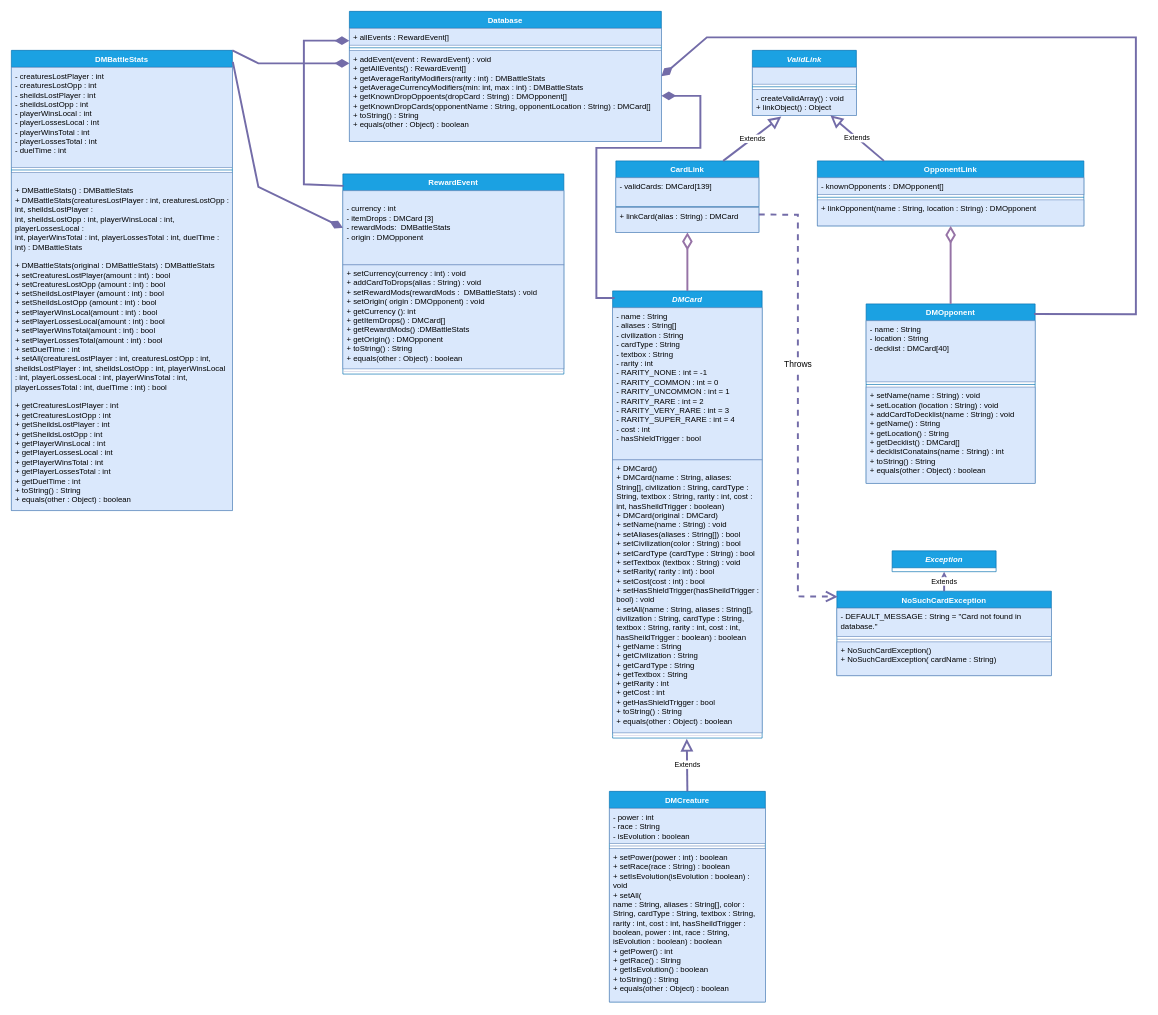
Before: UML.drawio in MiraCosta-Varga/cs112-ud1-oop-uml-schoolCorey, a draw.io diagram. Source tidied: cells renumbered, new cells numbered last; positions are measured from the earlier drawing's top-left corner, leaving out a move shared by most shapes. Both pictures are drawn from the tidied source at 65%, with x=0, y=0 at pixel (11, 11).
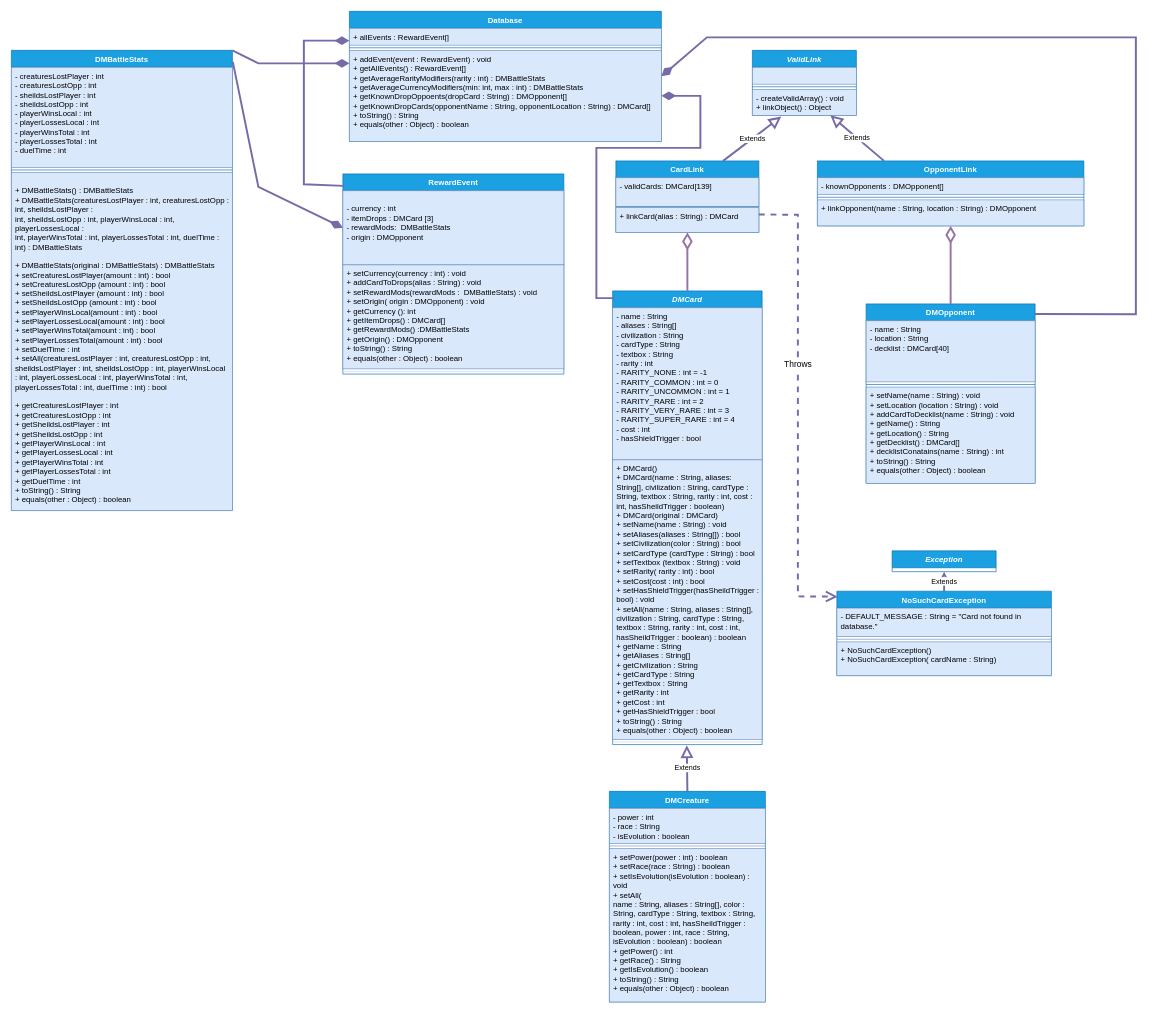
Above is the later version.

Commit message:
UML updated with a getAliases() method I forgot to include

What changed in the source:
```diff
@@
     <mxCell id="6" value="&lt;i&gt;DMCard&lt;/i&gt;" style="swimlane;fontStyle=1;align=center;verticalAlign=top;horizontal=1;startSize=26;whiteSpace=wrap;html=1;rounded=0;labelBackgroundColor=none;fillColor=#1ba1e2;strokeColor=#006EAF;fontColor=#ffffff;" parent="1" vertex="1">
-      <mxGeometry x="925" y="430" width="230" height="688" as="geometry" />
+      <mxGeometry x="925" y="430" width="230" height="698" as="geometry" />
     </mxCell>
@@
-    <mxCell id="8" value="&lt;div&gt;+ DMCard()&lt;/div&gt;&lt;div&gt;+ DMCard(name : String, aliases: String[], civilization : String, cardType : String, textbox : String, rarity : int, cost : int, hasSheildTrigger : boolean)&lt;/div&gt;&lt;div&gt;+ DMCard(original : DMCard)&lt;br&gt;&lt;/div&gt;&lt;div&gt;+ setName(name : String) : void&lt;br&gt;&lt;/div&gt;&lt;div&gt;+ setAliases(aliases : String[]) : bool&lt;/div&gt;&lt;div&gt;+ setCivilization(color : String) : bool&lt;br&gt;&lt;/div&gt;&lt;div&gt;+ setCardType (cardType : String) : bool&lt;br&gt;&lt;/div&gt;&lt;div&gt;+ setTextbox (textbox : String) : void&lt;br&gt;&lt;/div&gt;&lt;div&gt;+ setRarity( rarity : int) : bool&lt;br&gt;&lt;/div&gt;&lt;div&gt;+ setCost(cost : int) : bool&lt;br&gt;&lt;/div&gt;&lt;div&gt;+ setHasShieldTrigger(hasSheildTrigger : bool) : void&lt;/div&gt;&lt;div&gt;+ setAll(name : String, aliases : String[], civilization : String, cardType : String, textbox : String, rarity : int, cost : int, hasSheildTrigger : boolean) : boolean&lt;br&gt;&lt;/div&gt;&lt;div&gt;&lt;div&gt;+ getName : String&lt;/div&gt;&lt;div&gt;+ getCivilization : String&lt;br&gt;&lt;/div&gt;&lt;div&gt;+ getCardType : String&lt;/div&gt;&lt;div&gt;+ getTextbox : String&lt;br&gt;&lt;/div&gt;&lt;div&gt;+ getRarity : int&lt;/div&gt;&lt;div&gt;+ getCost : int&lt;/div&gt;&lt;div&gt;+ getHasShieldTrigger : bool&lt;br&gt;&lt;/div&gt;&lt;div&gt;+ toString() : String&lt;/div&gt;&lt;div&gt;+ equals(other : Object) : boolean&lt;br&gt;&lt;br&gt;&lt;/div&gt;&lt;br&gt;&lt;br&gt;&lt;/div&gt;" style="text;strokeColor=#6c8ebf;fillColor=#dae8fc;align=left;verticalAlign=top;spacingLeft=4;spacingRight=4;overflow=hidden;whiteSpace=wrap;html=1;rounded=0;labelBackgroundColor=none;" parent="6" vertex="1">
-      <mxGeometry y="260" width="230" height="420" as="geometry" />
+    <mxCell id="8" value="&lt;div&gt;+ DMCard()&lt;/div&gt;&lt;div&gt;+ DMCard(name : String, aliases: String[], civilization : String, cardType : String, textbox : String, rarity : int, cost : int, hasSheildTrigger : boolean)&lt;/div&gt;&lt;div&gt;+ DMCard(original : DMCard)&lt;br&gt;&lt;/div&gt;&lt;div&gt;+ setName(name : String) : void&lt;br&gt;&lt;/div&gt;&lt;div&gt;+ setAliases(aliases : String[]) : bool&lt;/div&gt;&lt;div&gt;+ setCivilization(color : String) : bool&lt;br&gt;&lt;/div&gt;&lt;div&gt;+ setCardType (cardType : String) : bool&lt;br&gt;&lt;/div&gt;&lt;div&gt;+ setTextbox (textbox : String) : void&lt;br&gt;&lt;/div&gt;&lt;div&gt;+ setRarity( rarity : int) : bool&lt;br&gt;&lt;/div&gt;&lt;div&gt;+ setCost(cost : int) : bool&lt;br&gt;&lt;/div&gt;&lt;div&gt;+ setHasShieldTrigger(hasSheildTrigger : bool) : void&lt;/div&gt;&lt;div&gt;+ setAll(name : String, aliases : String[], civilization : String, cardType : String, textbox : String, rarity : int, cost : int, hasSheildTrigger : boolean) : boolean&lt;br&gt;&lt;/div&gt;&lt;div&gt;&lt;div&gt;+ getName : String&lt;/div&gt;&lt;div&gt;+ getAliases : String[]&lt;/div&gt;&lt;div&gt;+ getCivilization : String&lt;br&gt;&lt;/div&gt;&lt;div&gt;+ getCardType : String&lt;/div&gt;&lt;div&gt;+ getTextbox : String&lt;br&gt;&lt;/div&gt;&lt;div&gt;+ getRarity : int&lt;/div&gt;&lt;div&gt;+ getCost : int&lt;/div&gt;&lt;div&gt;+ getHasShieldTrigger : bool&lt;br&gt;&lt;/div&gt;&lt;div&gt;+ toString() : String&lt;/div&gt;&lt;div&gt;+ equals(other : Object) : boolean&lt;br&gt;&lt;br&gt;&lt;/div&gt;&lt;br&gt;&lt;br&gt;&lt;/div&gt;" style="text;strokeColor=#6c8ebf;fillColor=#dae8fc;align=left;verticalAlign=top;spacingLeft=4;spacingRight=4;overflow=hidden;whiteSpace=wrap;html=1;rounded=0;labelBackgroundColor=none;" parent="6" vertex="1">
+      <mxGeometry y="260" width="230" height="430" as="geometry" />
     </mxCell>
     <mxCell id="9" style="line;strokeWidth=1;fillColor=none;align=left;verticalAlign=middle;spacingTop=-1;spacingLeft=3;spacingRight=3;labelPosition=right;points=[];portConstraint=eastwest;rounded=0;labelBackgroundColor=none;strokeColor=#D0CEE2;fontColor=#1A1A1A;" parent="6" vertex="1">
-      <mxGeometry y="680" width="230" height="8" as="geometry" />
+      <mxGeometry y="690" width="230" height="8" as="geometry" />
     </mxCell>
```
